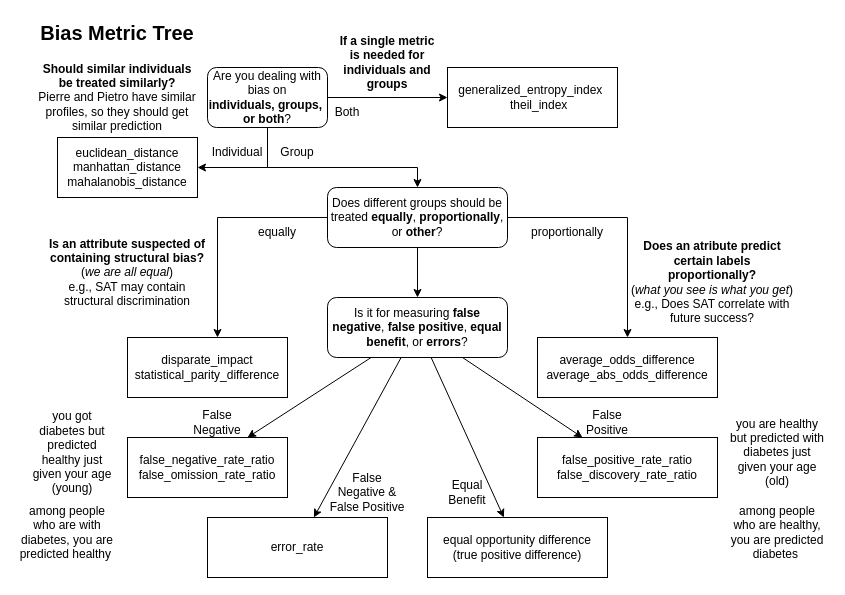
Above: page "Metric Decision" (1 of 4) of figures/decision_tree.drawio in York-and-Maastricht-Data-Science-Group/fairml-journal (draw.io), before the change. Source tidied: cells renumbered, new cells numbered last; positions are measured from the earlier drawing's top-left corner, leaving out a move shared by most shapes. Both pictures are drawn from the tidied source at 100%, with x=0, y=0 at pixel (17, 17).
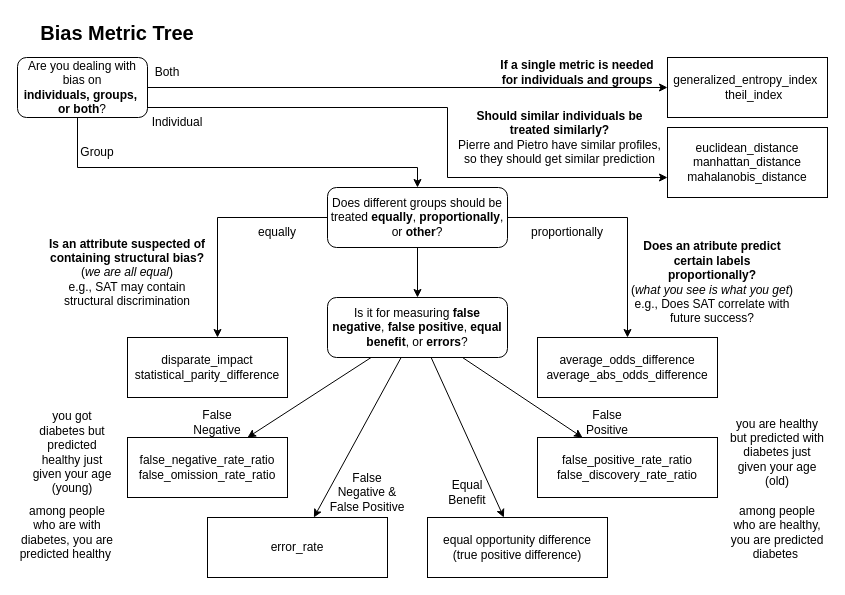
The same page after the edit.

The change refers to these unchanged cells:
```xml
<mxCell id="20" value="Does different groups should be treated &lt;b&gt;equally&lt;/b&gt;, &lt;b&gt;proportionally&lt;/b&gt;, or &lt;b&gt;other&lt;/b&gt;?" style="rounded=1;whiteSpace=wrap;html=1;" parent="1" vertex="1">
  <mxGeometry x="310" y="170" width="180" height="60" as="geometry" />
</mxCell>
```

What changed in the source:
```diff
@@
-    <mxCell id="2" style="edgeStyle=orthogonalEdgeStyle;rounded=0;jettySize=auto;html=1;entryX=1;entryY=0.5;entryDx=0;entryDy=0;" parent="1" edge="1" source="5" target="6">
+    <mxCell id="2" style="edgeStyle=orthogonalEdgeStyle;rounded=0;jettySize=auto;html=1;" parent="1" edge="1" source="5" target="6">
       <mxGeometry x="0.14" y="-20" relative="1" as="geometry">
         <Array as="points">
-          <mxPoint x="250" y="150" />
+          <mxPoint x="430" y="90" />
+          <mxPoint x="430" y="160" />
         </Array>
       </mxGeometry>
     </mxCell>
@@
     <mxCell id="4" style="edgeStyle=orthogonalEdgeStyle;rounded=0;jettySize=auto;html=1;exitX=0.5;exitY=1;exitDx=0;exitDy=0;fontSize=11;" parent="1" edge="1" source="5" target="20">
       <mxGeometry relative="1" as="geometry">
         <Array as="points">
-          <mxPoint x="250" y="150" />
+          <mxPoint x="60" y="150" />
           <mxPoint x="400" y="150" />
         </Array>
       </mxGeometry>
     </mxCell>
     <mxCell id="5" value="Are you dealing with bias on &lt;b&gt;individuals,&amp;nbsp;&lt;/b&gt;&lt;b&gt;groups,&amp;nbsp; or both&lt;/b&gt;?" style="rounded=1;whiteSpace=wrap;html=1;" parent="1" vertex="1">
-      <mxGeometry x="190" y="50" width="120" height="60" as="geometry" />
+      <mxGeometry y="40" width="130" height="60" as="geometry" />
     </mxCell>
     <mxCell id="6" value="euclidean_distance&lt;br&gt;manhattan_distance&lt;br&gt;mahalanobis_distance" style="rounded=0;whiteSpace=wrap;html=1;" parent="1" vertex="1">
-      <mxGeometry x="40" y="120" width="140" height="60" as="geometry" />
+      <mxGeometry x="650" y="110" width="160" height="70" as="geometry" />
     </mxCell>
@@
     <mxCell id="8" value="Individual" style="text;html=1;strokeColor=none;fillColor=none;align=center;verticalAlign=middle;whiteSpace=wrap;rounded=0;fontSize=12;" parent="1" vertex="1">
-      <mxGeometry x="200" y="120" width="40" height="30" as="geometry" />
+      <mxGeometry x="140" y="90" width="40" height="30" as="geometry" />
     </mxCell>
@@
     <mxCell id="10" value="&lt;b&gt;Should similar individuals be treated similarly?&lt;br&gt;&lt;/b&gt;Pierre and Pietro have similar profiles, so they should get similar prediction" style="text;html=1;strokeColor=none;fillColor=none;align=center;verticalAlign=middle;whiteSpace=wrap;rounded=0;fontSize=12;" parent="1" vertex="1">
-      <mxGeometry x="20" y="65" width="160" height="30" as="geometry" />
+      <mxGeometry x="440" y="100" width="205" height="40" as="geometry" />
     </mxCell>
     <mxCell id="11" value="Group" style="text;html=1;strokeColor=none;fillColor=none;align=center;verticalAlign=middle;whiteSpace=wrap;rounded=0;fontSize=12;" parent="1" vertex="1">
-      <mxGeometry x="260" y="120" width="40" height="30" as="geometry" />
+      <mxGeometry x="60" y="120" width="40" height="30" as="geometry" />
     </mxCell>
@@
     <mxCell id="16" value="Both" style="text;html=1;strokeColor=none;fillColor=none;align=center;verticalAlign=middle;whiteSpace=wrap;rounded=0;fontSize=12;" parent="1" vertex="1">
-      <mxGeometry x="310" y="80" width="40" height="30" as="geometry" />
+      <mxGeometry x="130" y="40" width="40" height="30" as="geometry" />
     </mxCell>
     <mxCell id="17" value="&lt;div&gt;generalized_entropy_index&amp;nbsp;&lt;/div&gt;&lt;div&gt;&amp;nbsp; &amp;nbsp; theil_index&lt;/div&gt;" style="rounded=0;whiteSpace=wrap;html=1;" parent="1" vertex="1">
-      <mxGeometry x="430" y="50" width="170" height="60" as="geometry" />
+      <mxGeometry x="650" y="40" width="160" height="60" as="geometry" />
     </mxCell>
     <mxCell id="18" value="&lt;b&gt;If a single metric is needed for individuals and groups&lt;br&gt;&lt;/b&gt;" style="text;html=1;strokeColor=none;fillColor=none;align=center;verticalAlign=middle;whiteSpace=wrap;rounded=0;fontSize=12;" parent="1" vertex="1">
-      <mxGeometry x="320" y="30" width="100" height="30" as="geometry" />
+      <mxGeometry x="480" y="40" width="160" height="30" as="geometry" />
     </mxCell>
```
